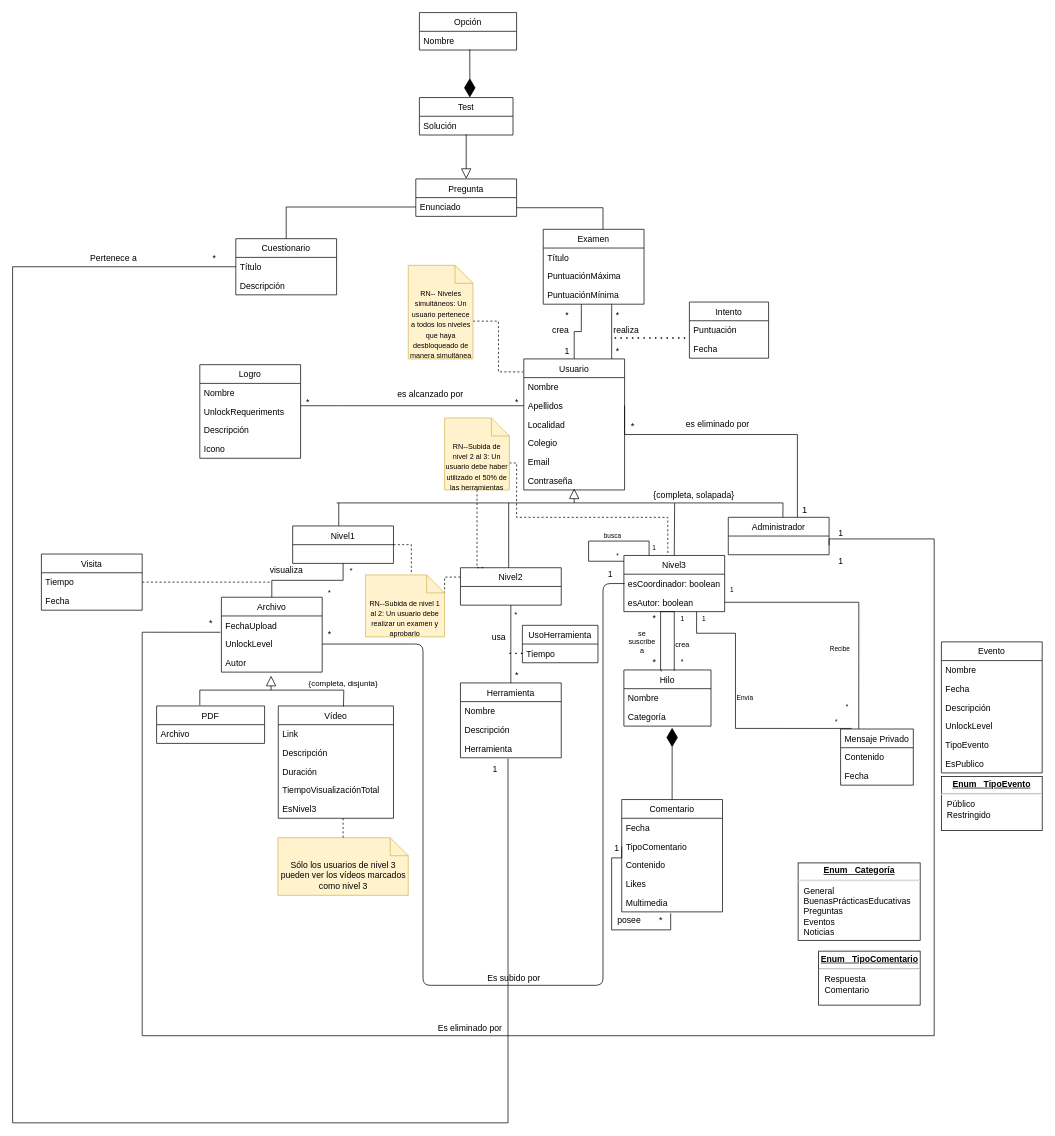
The draw.io diagram page "Page-1" (1 of 2) of Conceptualmodelm.drawio in gii-is-DP1/dp1-2020-g2-13, before the edit. Source tidied: cells renumbered, new cells numbered last; positions are measured from the earlier drawing's top-left corner, leaving out a move shared by most shapes. Both pictures are drawn from the tidied source at 72%, with x=0, y=0 at pixel (12, 12).
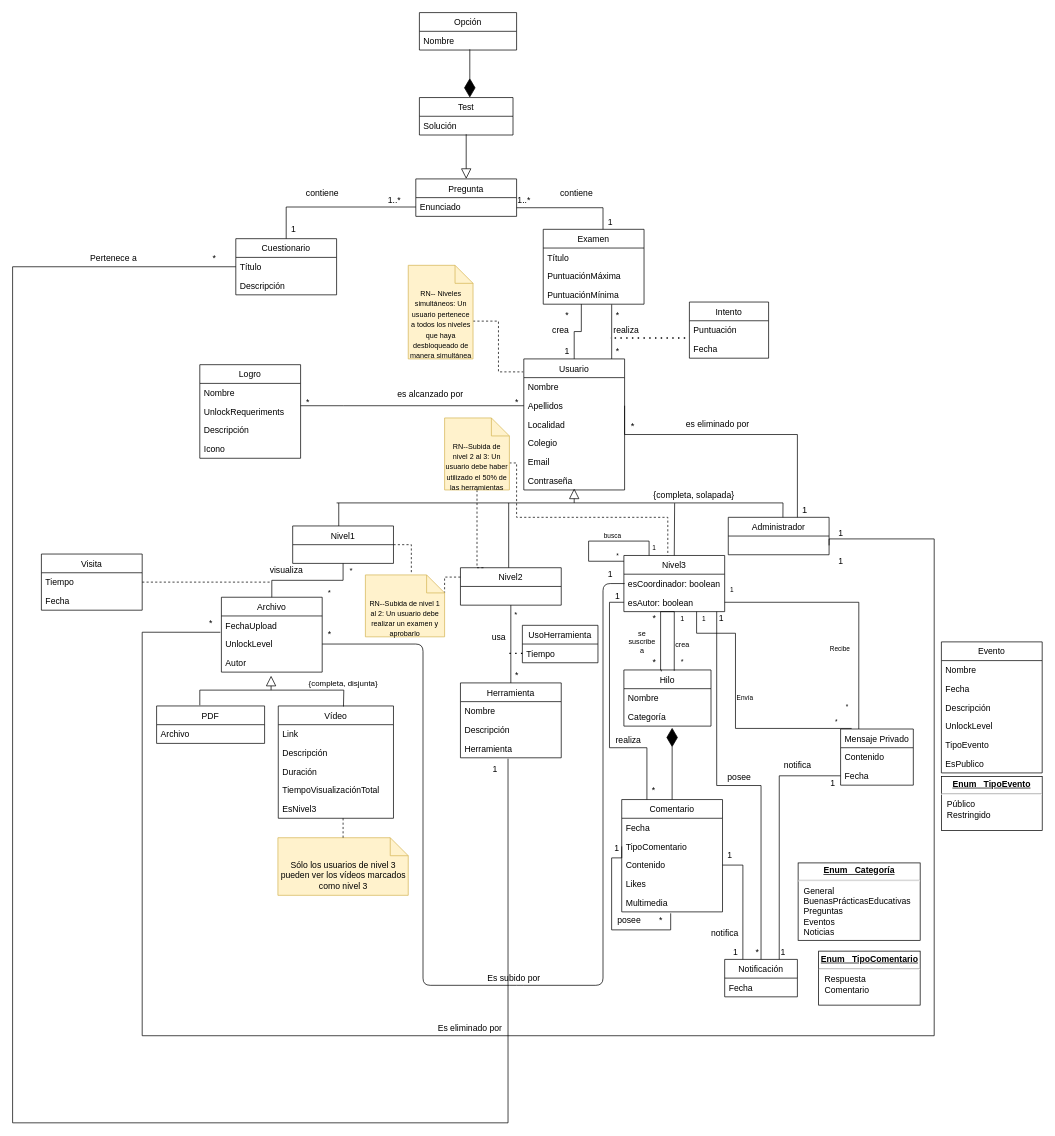
The same page after the edit.

Commit message:
Modelado conceptual actualizado

Añadida la entidad notificación
Añadida la multiplicidad de las relaciones de pregunta
Añadida la relación de realización entre usuario y comentario

Unchanged cells that the change refers to:
```xml
<mxCell id="25" value="Comentario" style="swimlane;fontStyle=0;horizontal=1;startSize=26;fillColor=none;" parent="1" vertex="1">
  <mxGeometry x="846" y="1093" width="140" height="156" as="geometry" />
</mxCell>
<mxCell id="28" value="Contenido" style="text;strokeColor=none;fillColor=none;align=left;verticalAlign=top;spacingLeft=4;spacingRight=4;overflow=hidden;points=[[0,0.5],[1,0.5]];portConstraint=eastwest;" parent="25" vertex="1">
  <mxGeometry y="78" width="140" height="26" as="geometry" />
</mxCell>
<mxCell id="62" value="esAutor: boolean" style="text;strokeColor=none;fillColor=none;align=left;verticalAlign=top;spacingLeft=4;spacingRight=4;overflow=hidden;points=[[0,0.5],[1,0.5]];portConstraint=eastwest;" parent="60" vertex="1">
  <mxGeometry y="52" width="140" height="26" as="geometry" />
</mxCell>
<mxCell id="117" value="Fecha" style="text;strokeColor=none;fillColor=none;align=left;verticalAlign=top;spacingLeft=4;spacingRight=4;overflow=hidden;points=[[0,0.5],[1,0.5]];portConstraint=eastwest;" parent="115" vertex="1">
  <mxGeometry y="52" width="101" height="26" as="geometry" />
</mxCell>
```

What changed in the source:
```diff
@@
+    <mxCell id="170" style="edgeStyle=orthogonalEdgeStyle;rounded=0;jettySize=auto;html=1;exitX=0.5;exitY=0;exitDx=0;exitDy=0;entryX=0.921;entryY=1;entryDx=0;entryDy=0;entryPerimeter=0;endArrow=none;endFill=0;" parent="1" edge="1" source="171" target="62">
+      <mxGeometry relative="1" as="geometry" />
+    </mxCell>
+    <mxCell id="171" value="Notificación" style="swimlane;fontStyle=0;horizontal=1;startSize=26;fillColor=none;" parent="1" vertex="1">
+      <mxGeometry x="989" y="1315" width="101" height="52" as="geometry" />
+    </mxCell>
+    <mxCell id="172" value="Fecha" style="text;strokeColor=none;fillColor=none;align=left;verticalAlign=top;spacingLeft=4;spacingRight=4;overflow=hidden;" parent="171" vertex="1">
+      <mxGeometry y="26" width="101" height="26" as="geometry" />
+    </mxCell>
+    <mxCell id="173" style="edgeStyle=orthogonalEdgeStyle;rounded=0;jettySize=auto;html=1;exitX=1;exitY=0.5;exitDx=0;exitDy=0;entryX=0.25;entryY=0;entryDx=0;entryDy=0;endArrow=none;endFill=0;" parent="1" edge="1" source="28" target="171">
+      <mxGeometry relative="1" as="geometry" />
+    </mxCell>
+    <mxCell id="174" style="edgeStyle=orthogonalEdgeStyle;rounded=0;jettySize=auto;html=1;exitX=0;exitY=0.5;exitDx=0;exitDy=0;entryX=0.75;entryY=0;entryDx=0;entryDy=0;endArrow=none;endFill=0;" parent="1" edge="1" source="117" target="171">
+      <mxGeometry relative="1" as="geometry" />
+    </mxCell>
+    <mxCell id="175" value="1" style="text;html=1;align=center;verticalAlign=middle;" parent="1" vertex="1">
+      <mxGeometry x="974" y="831" width="20" height="20" as="geometry" />
+    </mxCell>
+    <mxCell id="176" value="*" style="text;html=1;align=center;verticalAlign=middle;" parent="1" vertex="1">
+      <mxGeometry x="1024" y="1295" width="20" height="20" as="geometry" />
+    </mxCell>
+    <mxCell id="177" value="1" style="text;html=1;align=center;verticalAlign=middle;" parent="1" vertex="1">
+      <mxGeometry x="994" y="1295" width="20" height="20" as="geometry" />
+    </mxCell>
+    <mxCell id="178" value="1" style="text;html=1;align=center;verticalAlign=middle;" parent="1" vertex="1">
+      <mxGeometry x="986" y="1161" width="20" height="20" as="geometry" />
+    </mxCell>
+    <mxCell id="179" value="1" style="text;html=1;align=center;verticalAlign=middle;" parent="1" vertex="1">
+      <mxGeometry x="1060" y="1295" width="20" height="20" as="geometry" />
+    </mxCell>
+    <mxCell id="180" value="1" style="text;html=1;align=center;verticalAlign=middle;" parent="1" vertex="1">
+      <mxGeometry x="1129" y="1061" width="20" height="20" as="geometry" />
+    </mxCell>
+    <mxCell id="181" value="notifica" style="text;html=1;align=center;verticalAlign=middle;" parent="1" vertex="1">
+      <mxGeometry x="1065" y="1035" width="50" height="20" as="geometry" />
+    </mxCell>
+    <mxCell id="182" value="notifica" style="text;html=1;align=center;verticalAlign=middle;" parent="1" vertex="1">
+      <mxGeometry x="964" y="1268.5" width="50" height="20" as="geometry" />
+    </mxCell>
+    <mxCell id="183" value="posee" style="text;html=1;align=center;verticalAlign=middle;" parent="1" vertex="1">
+      <mxGeometry x="984" y="1053" width="50" height="20" as="geometry" />
+    </mxCell>
+    <mxCell id="184" style="edgeStyle=orthogonalEdgeStyle;rounded=0;jettySize=auto;html=1;exitX=0;exitY=0.5;exitDx=0;exitDy=0;entryX=0.25;entryY=0;entryDx=0;entryDy=0;endArrow=none;endFill=0;" parent="1" edge="1" source="62" target="25">
+      <mxGeometry relative="1" as="geometry">
+        <Array as="points">
+          <mxPoint x="829" y="819" />
+          <mxPoint x="829" y="1021" />
+          <mxPoint x="881" y="1021" />
+        </Array>
+      </mxGeometry>
+    </mxCell>
+    <mxCell id="185" value="*" style="text;html=1;align=center;verticalAlign=middle;" parent="1" vertex="1">
+      <mxGeometry x="880" y="1071" width="20" height="20" as="geometry" />
+    </mxCell>
+    <mxCell id="186" value="1" style="text;html=1;align=center;verticalAlign=middle;" parent="1" vertex="1">
+      <mxGeometry x="830" y="801" width="20" height="20" as="geometry" />
+    </mxCell>
+    <mxCell id="187" value="realiza" style="text;html=1;align=center;verticalAlign=middle;" parent="1" vertex="1">
+      <mxGeometry x="830" y="1001" width="50" height="20" as="geometry" />
+    </mxCell>
+    <mxCell id="188" value="1..*" style="text;html=1;align=center;verticalAlign=middle;" parent="1" vertex="1">
+      <mxGeometry x="695" y="251" width="30" height="20" as="geometry" />
+    </mxCell>
+    <mxCell id="189" value="1" style="text;html=1;align=center;verticalAlign=middle;" parent="1" vertex="1">
+      <mxGeometry x="820" y="281" width="20" height="20" as="geometry" />
+    </mxCell>
+    <mxCell id="190" value="1..*" style="text;html=1;align=center;verticalAlign=middle;" parent="1" vertex="1">
+      <mxGeometry x="515" y="251" width="30" height="20" as="geometry" />
+    </mxCell>
+    <mxCell id="191" value="1" style="text;html=1;align=center;verticalAlign=middle;" parent="1" vertex="1">
+      <mxGeometry x="380" y="291" width="20" height="20" as="geometry" />
+    </mxCell>
+    <mxCell id="192" value="contiene" style="text;html=1;align=center;verticalAlign=middle;" parent="1" vertex="1">
+      <mxGeometry x="400" y="241" width="60" height="20" as="geometry" />
+    </mxCell>
+    <mxCell id="193" value="contiene" style="text;html=1;align=center;verticalAlign=middle;" parent="1" vertex="1">
+      <mxGeometry x="753" y="241" width="60" height="20" as="geometry" />
+    </mxCell>
```
